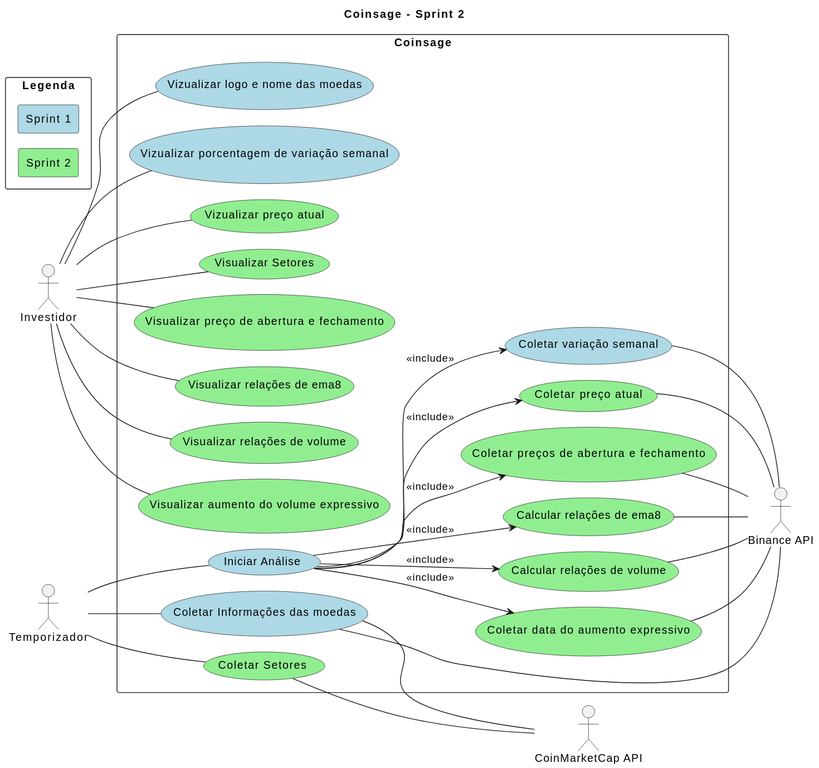
Above: Artefatos/diagramas/casos_de_uso/versions/svgs/current.svg in ICEI-PUC-Minas-PPLES-TI/plf-es-2024-1-ti3-8981100-coinsage (PlantUML), before the change.
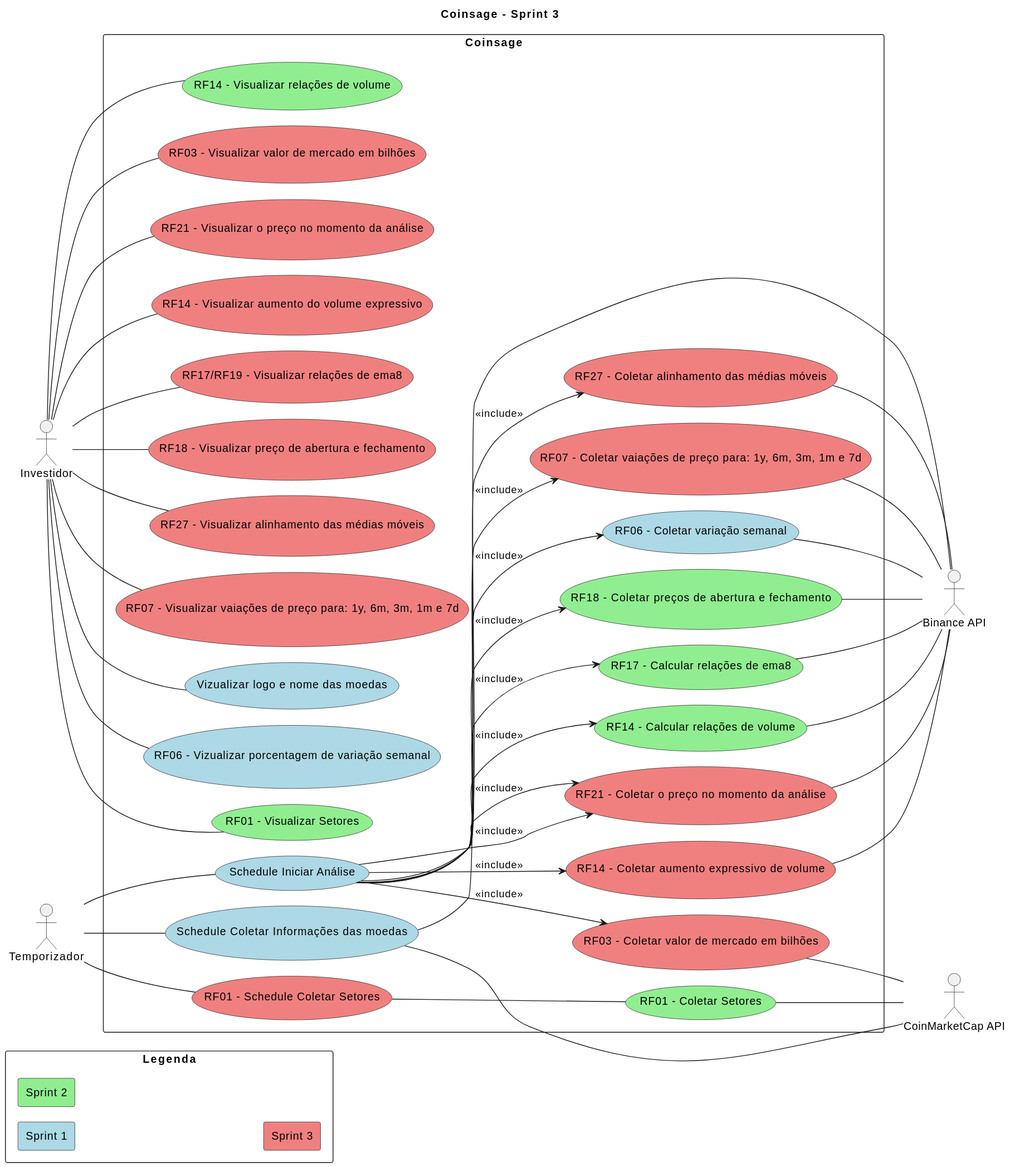
After the commit.

The edit, as a diff of the source:
```diff
@@ -1,5 +1,5 @@
 @startuml
-title Coinsage - Sprint 2
+title Coinsage - Sprint 3
 
 left to right direction
 actor "Investidor" as investor
@@ -14,38 +14,44 @@
 
     rectangle "Sprint 1" #LightBlue
     rectangle "Sprint 2" #LightGreen
+    rectangle "Sprint 3" #LightCoral
 }
 
 rectangle "Coinsage"{
     skinparam nodesep 20
 
-    usecase "Iniciar Análise" as sch_analysis #LightBlue
-    usecase "Coletar Informações das moedas" as sch_cripto_info #LightBlue
-    usecase "Coletar variação semanal" as collect_cripto_week_incresse #LightBlue
-    usecase "Coletar preço atual" as collect_cripto_current_price #LightGreen /' Should be sprint 1 but not ended '/
+    usecase "Schedule Coletar Informações das moedas" as sch_cripto_info #LightBlue
+    usecase "Schedule Iniciar Análise" as sch_analysis #LightBlue
+    usecase "RF01 - Schedule Coletar Setores" as sch_sectors #LightCoral /' Should be sprint 2 but not ended '/
 
-    usecase "Coletar Setores" as sch_sectors #LightGreen
-    usecase "Coletar preços de abertura e fechamento" as collect_cripto_open_close #LightGreen
-    usecase "Calcular relações de ema8" as collect_ema8_relations #LightGreen
-    usecase "Calcular relações de volume" as collect_volume_relations #LightGreen
-    usecase "Coletar data do aumento expressivo" as collect_expressive_volume_date #LightGreen
+    usecase "RF06 - Coletar variação semanal" as collect_cripto_week_incresse #LightBlue
+    usecase "RF01 - Coletar Setores" as collect_sectors #LightGreen
+    usecase "RF18 - Coletar preços de abertura e fechamento" as collect_cripto_open_close #LightGreen
+    usecase "RF17 - Calcular relações de ema8" as collect_ema8_relations #LightGreen
+    usecase "RF14 - Calcular relações de volume" as collect_volume_relations #LightGreen
+    usecase "RF03 - Coletar valor de mercado em bilhões" as collect_market_cap #LightCoral /' Should be sprint 2 but not ended '/
+    usecase "RF21 - Coletar o preço no momento da análise" as collect_cripto_current_price #LightCoral /' Should be sprint 2 but not ended '/
+    usecase "RF14 - Coletar aumento expressivo de volume" as collect_expressive_volume_date #LightCoral /' Should be sprint 2 but not ended '/
+    usecase "RF27 - Coletar alinhamento das médias móveis" as collect_emas_aligned #LightCoral
+    usecase "RF07 - Coletar vaiações de preço para: 1y, 6m, 3m, 1m e 7d" as collect_cripto_price_variations #LightCoral
 
     usecase "Vizualizar logo e nome das moedas" as view_cripto_info #LightBlue
-    usecase "Vizualizar porcentagem de variação semanal" as view_cripto_week_incresse #LightBlue
-    usecase "Vizualizar preço atual" as view_cripto_current_price #LightGreen /' Should be sprint 1 but not ended '/
-
-    usecase "Visualizar Setores" as view_sectors #LightGreen
-    usecase "Visualizar preço de abertura e fechamento" as view_cripto_open_close #LightGreen
-    usecase "Visualizar relações de ema8" as view_ema8_relations #LightGreen
-    usecase "Visualizar relações de volume" as view_volume_relations #LightGreen
-    usecase "Visualizar aumento do volume expressivo" as view_expressive_volume_increase #LightGreen
+    usecase "RF06 - Vizualizar porcentagem de variação semanal" as view_cripto_week_incresse #LightBlue
+    usecase "RF01 - Visualizar Setores" as view_sectors #LightGreen
+    usecase "RF14 - Visualizar relações de volume" as view_volume_relations #LightGreen
+    usecase "RF03 - Visualizar valor de mercado em bilhões" as view_market_cap #LightCoral /' Should be sprint 2 but not ended '/
+    usecase "RF21 - Visualizar o preço no momento da análise" as view_cripto_current_price #LightCoral /' Should be sprint 2 but not ended '/
+    usecase "RF14 - Visualizar aumento do volume expressivo" as view_expressive_volume_increase #LightCoral /' Should be sprint 2 but not ended '/
+    usecase "RF17/RF19 - Visualizar relações de ema8" as view_ema8_relations #LightCoral /' Should be sprint 2 but not ended '/
+    usecase "RF18 - Visualizar preço de abertura e fechamento" as view_cripto_open_close #LightCoral /' Should be sprint 2 but not ended '/
+    usecase "RF27 - Visualizar alinhamento das médias móveis" as view_emas_aligned #LightCoral
+    usecase "RF07 - Visualizar vaiações de preço para: 1y, 6m, 3m, 1m e 7d" as view_cripto_price_variations #LightCoral
 }
 
 schedule -- sch_analysis
+schedule -- sch_cripto_info
 schedule -- sch_sectors
-schedule -- sch_cripto_info
 
-sch_sectors -- cmc
 sch_cripto_info -- binance
 sch_cripto_info -- cmc
 collect_cripto_week_incresse -- binance
@@ -54,6 +60,11 @@
 collect_ema8_relations -- binance
 collect_volume_relations -- binance
 collect_expressive_volume_date -- binance
+collect_market_cap -- cmc
+collect_emas_aligned -- binance
+collect_cripto_price_variations -- binance
+sch_sectors -- collect_sectors
+collect_sectors -- cmc
 
 investor -- view_sectors
 investor -- view_cripto_info
@@ -63,6 +74,9 @@
 investor -- view_ema8_relations
 investor -- view_volume_relations
 investor -- view_expressive_volume_increase
+investor -- view_market_cap
+investor -- view_emas_aligned
+investor -- view_cripto_price_variations
 
 sch_analysis --> collect_cripto_week_incresse  : <<include>>
 sch_analysis --> collect_cripto_current_price  : <<include>>
@@ -70,4 +84,8 @@
 sch_analysis --> collect_ema8_relations  : <<include>>
 sch_analysis --> collect_volume_relations  : <<include>>
 sch_analysis --> collect_expressive_volume_date : <<include>>
+sch_analysis --> collect_market_cap : <<include>>
+sch_analysis --> collect_cripto_current_price : <<include>>
+sch_analysis --> collect_emas_aligned : <<include>>
+sch_analysis --> collect_cripto_price_variations : <<include>>
 @enduml
```
